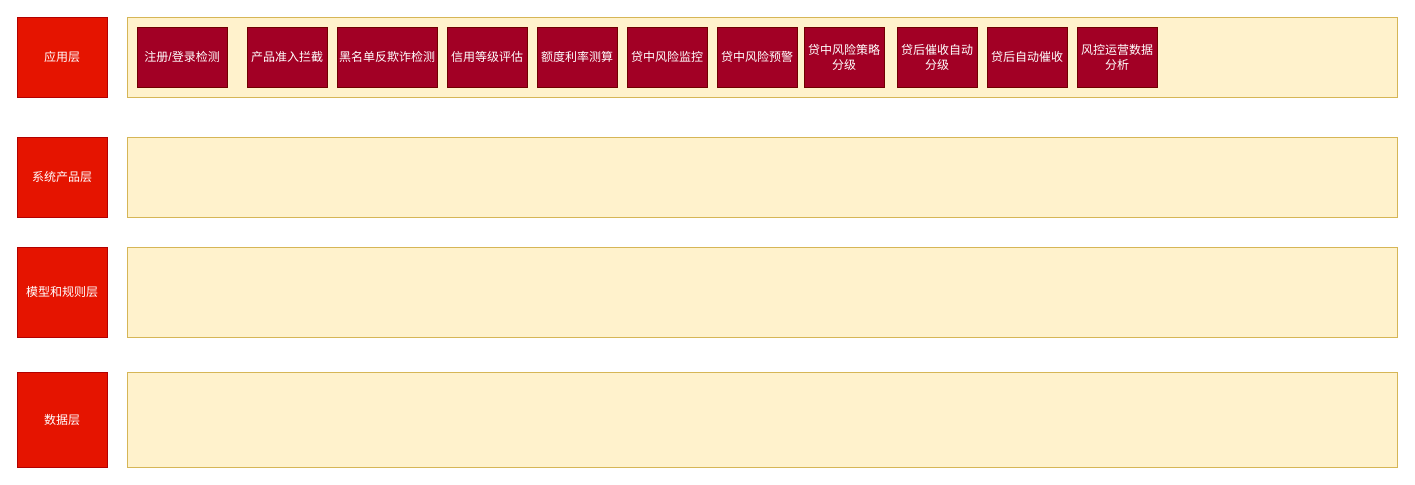
This is 智能风控业务架构.drawio from liojian198/Bin-Blog, a draw.io file, before an edit. Source tidied: cells renumbered, new cells numbered last; positions are measured from the earlier drawing's top-left corner, leaving out a move shared by most shapes. Both pictures are drawn from the tidied source at 100%, with x=0, y=0 at pixel (17, 17).
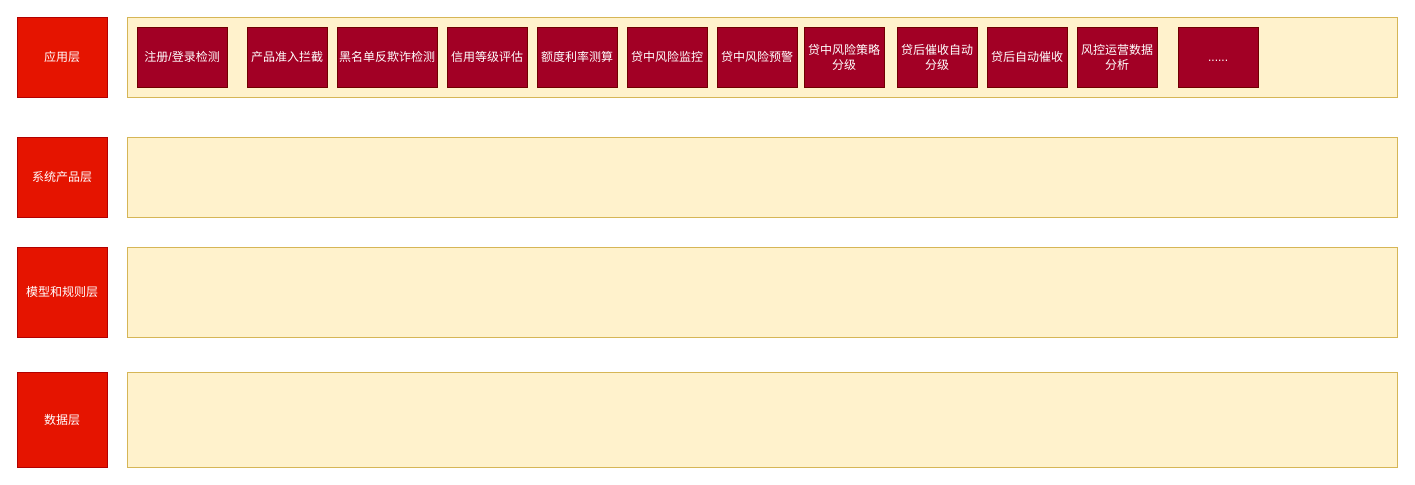
Above is the later version.

Commit message (it also covers changes not shown here):
更新智能风控业务架构.drawio

Change to the diagram source:
```diff
@@
+    <mxCell id="21" value="......" style="rounded=0;whiteSpace=wrap;html=1;fillColor=#a20025;strokeColor=#6F0000;fontColor=#ffffff;" parent="1" vertex="1">
+      <mxGeometry x="1161" y="10" width="80" height="60" as="geometry" />
+    </mxCell>
```
